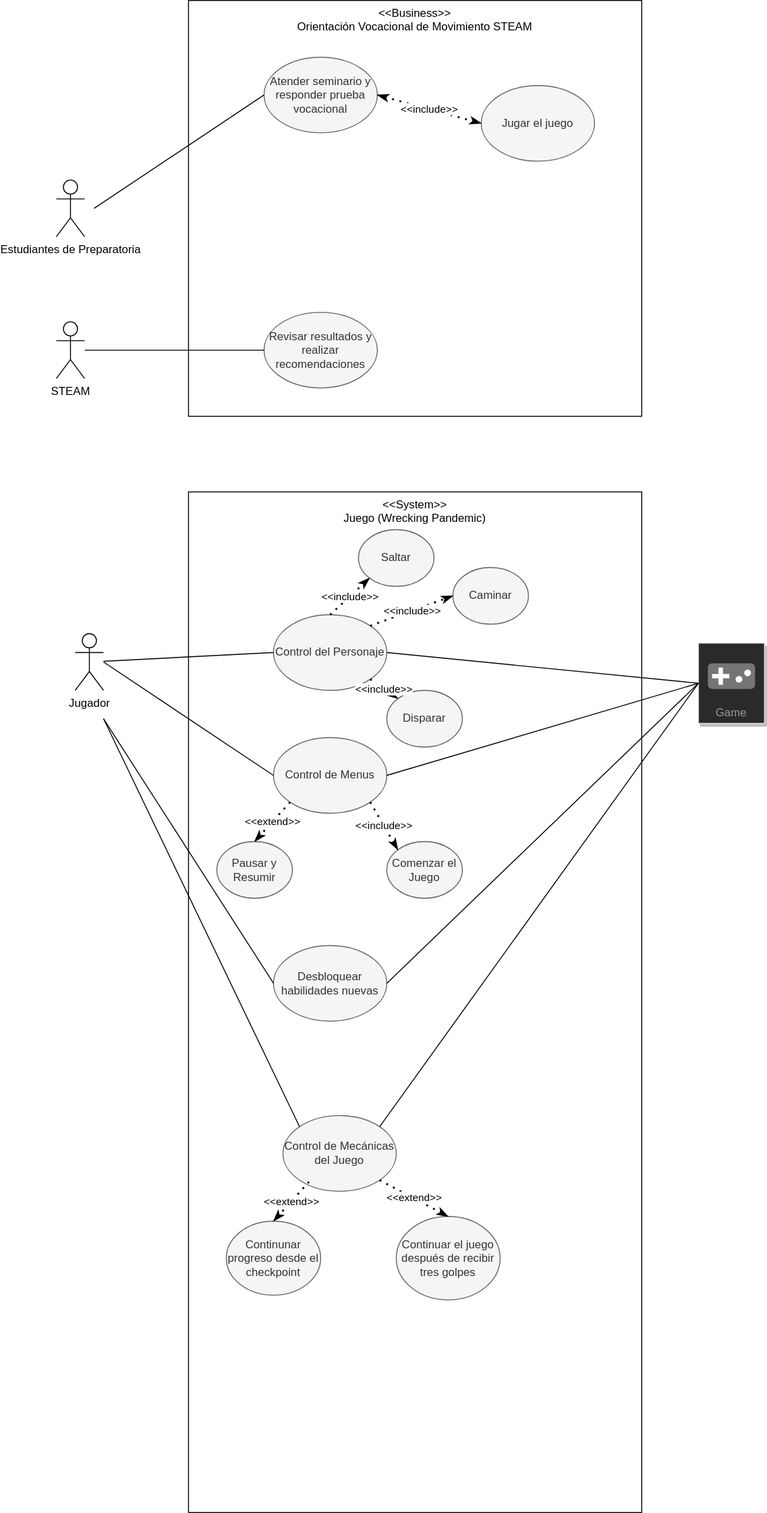
This is diagrams/diagramas_wreckingpandemic.drawio.svg from BloqueSoftwareDev/srsdoc, a draw.io export, as it was before one commit. Source tidied: cells renumbered, new cells last; positions are measured from the earlier drawing's top-left corner, leaving out a move shared by most shapes.
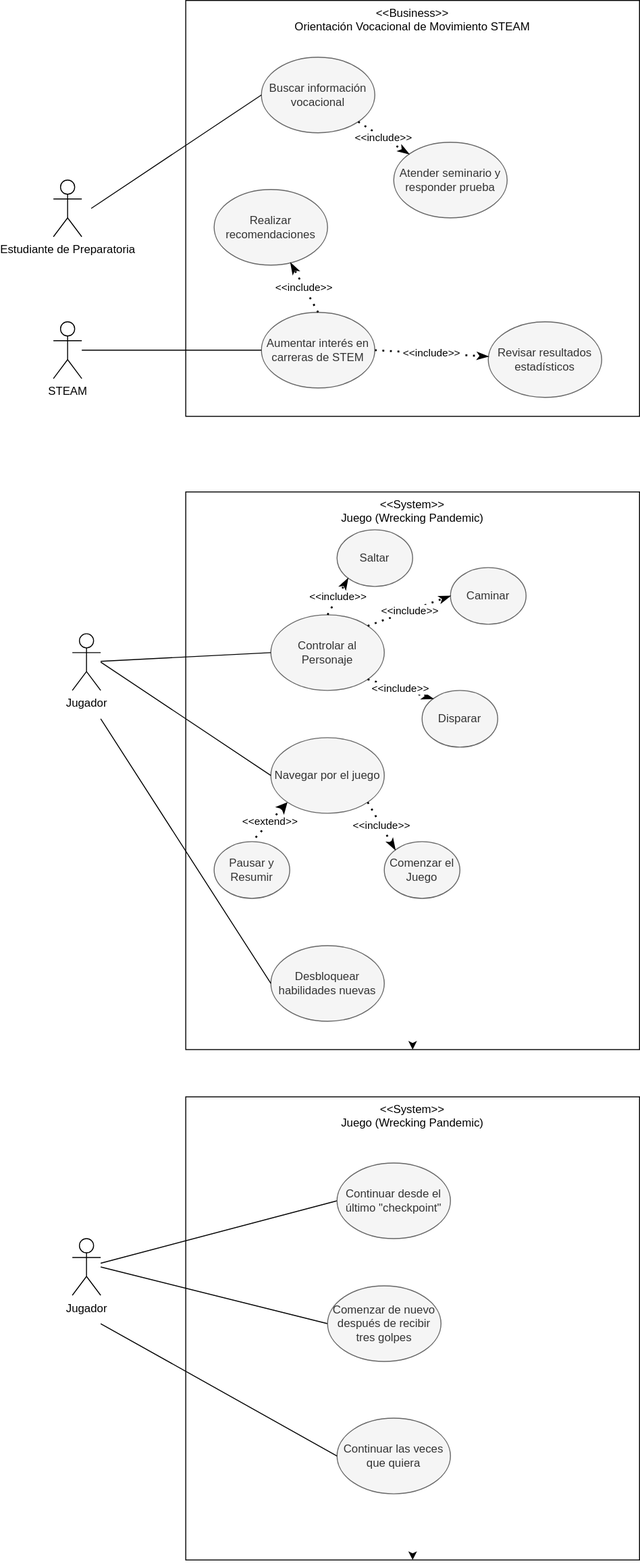
After the change.

The edit, as a diff of the source:
```diff
@@ -5,46 +5,40 @@
     <mxCell id="2" value="&amp;lt;&amp;lt;Business&amp;gt;&amp;gt;&lt;br&gt;Orientación Vocacional de Movimiento STEAM" style="rounded=0;whiteSpace=wrap;html=1;labelPosition=center;verticalLabelPosition=middle;align=center;verticalAlign=top;fillColor=none;" parent="1" vertex="1">
       <mxGeometry x="140" width="480" height="440" as="geometry" />
     </mxCell>
-    <mxCell id="3" value="Estudiantes de Preparatoria" style="shape=umlActor;verticalLabelPosition=bottom;verticalAlign=top;html=1;" parent="1" vertex="1">
+    <mxCell id="3" value="Estudiante de Preparatoria" style="shape=umlActor;verticalLabelPosition=bottom;verticalAlign=top;html=1;" parent="1" vertex="1">
       <mxGeometry y="190" width="30" height="60" as="geometry" />
     </mxCell>
     <mxCell id="4" value="STEAM" style="shape=umlActor;verticalLabelPosition=bottom;verticalAlign=top;html=1;outlineConnect=0;" parent="1" vertex="1">
       <mxGeometry y="340" width="30" height="60" as="geometry" />
     </mxCell>
-    <mxCell id="5" value="Atender seminario y responder prueba vocacional" style="ellipse;whiteSpace=wrap;html=1;fillColor=#f5f5f5;strokeColor=#666666;fontColor=#333333;" parent="1" vertex="1">
+    <mxCell id="5" value="Buscar información vocacional" style="ellipse;whiteSpace=wrap;html=1;fillColor=#f5f5f5;strokeColor=#666666;fontColor=#333333;" parent="1" vertex="1">
       <mxGeometry x="220" y="60" width="120" height="80" as="geometry" />
     </mxCell>
-    <mxCell id="6" value="Jugar el juego" style="ellipse;whiteSpace=wrap;html=1;fillColor=#f5f5f5;strokeColor=#666666;fontColor=#333333;" parent="1" vertex="1">
-      <mxGeometry x="450" y="90" width="120" height="80" as="geometry" />
-    </mxCell>
     <mxCell id="7" style="endArrow=none;html=1;entryX=0;entryY=0.5;entryDx=0;entryDy=0;" parent="1" edge="1" target="5">
       <mxGeometry relative="1" as="geometry">
         <mxPoint x="40" y="220" as="sourcePoint" />
       </mxGeometry>
     </mxCell>
-    <mxCell id="8" value="Revisar resultados y realizar recomendaciones" style="ellipse;whiteSpace=wrap;html=1;fillColor=#f5f5f5;strokeColor=#666666;fontColor=#333333;" parent="1" vertex="1">
+    <mxCell id="8" value="Aumentar interés en carreras de STEM" style="ellipse;whiteSpace=wrap;html=1;fillColor=#f5f5f5;strokeColor=#666666;fontColor=#333333;" parent="1" vertex="1">
       <mxGeometry x="220" y="330" width="120" height="80" as="geometry" />
     </mxCell>
     <mxCell id="9" style="endArrow=none;html=1;entryX=0;entryY=0.5;entryDx=0;entryDy=0;" parent="1" edge="1" source="4" target="8">
       <mxGeometry relative="1" as="geometry" />
     </mxCell>
-    <mxCell id="10" value="&amp;lt;&amp;lt;include&amp;gt;&amp;gt;" style="endArrow=classicThin;dashed=1;html=1;dashPattern=1 3;strokeWidth=2;entryX=0;entryY=0.5;entryDx=0;entryDy=0;exitX=1;exitY=0.5;exitDx=0;exitDy=0;startArrow=classicThin;startFill=1;endFill=1;" parent="1" edge="1" source="5" target="6">
-      <mxGeometry relative="1" as="geometry" />
-    </mxCell>
     <mxCell id="11" value="&amp;lt;&amp;lt;System&amp;gt;&amp;gt;&lt;br&gt;Juego (Wrecking Pandemic)" style="rounded=0;whiteSpace=wrap;html=1;labelPosition=center;verticalLabelPosition=middle;align=center;verticalAlign=top;fillColor=none;" parent="1" vertex="1">
-      <mxGeometry x="140" y="520" width="480" height="1080" as="geometry" />
+      <mxGeometry x="140" y="520" width="480" height="590" as="geometry" />
     </mxCell>
     <mxCell id="12" value="Jugador" style="shape=umlActor;verticalLabelPosition=bottom;verticalAlign=top;html=1;outlineConnect=0;" parent="1" vertex="1">
       <mxGeometry x="20" y="670" width="30" height="60" as="geometry" />
     </mxCell>
-    <mxCell id="13" value="Control del Personaje" style="ellipse;whiteSpace=wrap;html=1;fillColor=#f5f5f5;strokeColor=#666666;fontColor=#333333;" parent="1" vertex="1">
+    <mxCell id="13" value="Controlar al Personaje" style="ellipse;whiteSpace=wrap;html=1;fillColor=#f5f5f5;strokeColor=#666666;fontColor=#333333;" parent="1" vertex="1">
       <mxGeometry x="230" y="650" width="120" height="80" as="geometry" />
     </mxCell>
     <mxCell id="14" style="endArrow=none;html=1;exitX=0;exitY=0.5;exitDx=0;exitDy=0;" parent="1" edge="1" source="13" target="12">
       <mxGeometry relative="1" as="geometry" />
     </mxCell>
     <mxCell id="15" value="Saltar" style="ellipse;whiteSpace=wrap;html=1;fillColor=#f5f5f5;strokeColor=#666666;fontColor=#333333;" parent="1" vertex="1">
-      <mxGeometry x="320" y="560" width="80" height="60" as="geometry" />
+      <mxGeometry x="300" y="560" width="80" height="60" as="geometry" />
     </mxCell>
     <mxCell id="16" value="Caminar" style="ellipse;whiteSpace=wrap;html=1;fillColor=#f5f5f5;strokeColor=#666666;fontColor=#333333;" parent="1" vertex="1">
       <mxGeometry x="420" y="600" width="80" height="60" as="geometry" />
@@ -56,12 +50,12 @@
       <mxGeometry relative="1" as="geometry" />
     </mxCell>
     <mxCell id="19" value="Disparar" style="ellipse;whiteSpace=wrap;html=1;fillColor=#f5f5f5;strokeColor=#666666;fontColor=#333333;" parent="1" vertex="1">
-      <mxGeometry x="350" y="730" width="80" height="60" as="geometry" />
+      <mxGeometry x="390" y="730" width="80" height="60" as="geometry" />
     </mxCell>
     <mxCell id="20" value="&amp;lt;&amp;lt;include&amp;gt;&amp;gt;" style="endArrow=classicThin;dashed=1;html=1;dashPattern=1 3;strokeWidth=2;entryX=0;entryY=0;entryDx=0;entryDy=0;exitX=1;exitY=1;exitDx=0;exitDy=0;startArrow=none;startFill=0;endFill=1;" parent="1" edge="1" source="13" target="19">
       <mxGeometry relative="1" as="geometry" />
     </mxCell>
-    <mxCell id="21" value="Control de Menus" style="ellipse;whiteSpace=wrap;html=1;fillColor=#f5f5f5;strokeColor=#666666;fontColor=#333333;" parent="1" vertex="1">
+    <mxCell id="21" value="Navegar por el juego" style="ellipse;whiteSpace=wrap;html=1;fillColor=#f5f5f5;strokeColor=#666666;fontColor=#333333;" parent="1" vertex="1">
       <mxGeometry x="230" y="780" width="120" height="80" as="geometry" />
     </mxCell>
     <mxCell id="22" value="Comenzar el Juego" style="ellipse;whiteSpace=wrap;html=1;fillColor=#f5f5f5;strokeColor=#666666;fontColor=#333333;" parent="1" vertex="1">
@@ -73,7 +67,7 @@
     <mxCell id="24" value="Pausar y Resumir" style="ellipse;whiteSpace=wrap;html=1;fillColor=#f5f5f5;strokeColor=#666666;fontColor=#333333;" parent="1" vertex="1">
       <mxGeometry x="170" y="890" width="80" height="60" as="geometry" />
     </mxCell>
-    <mxCell id="25" value="&amp;lt;&amp;lt;extend&amp;gt;&amp;gt;" style="endArrow=classicThin;dashed=1;html=1;dashPattern=1 3;strokeWidth=2;entryX=0.5;entryY=0;entryDx=0;entryDy=0;exitX=0;exitY=1;exitDx=0;exitDy=0;startArrow=none;startFill=0;endFill=1;" parent="1" edge="1" source="21" target="24">
+    <mxCell id="25" value="&amp;lt;&amp;lt;extend&amp;gt;&amp;gt;" style="endArrow=none;dashed=1;html=1;dashPattern=1 3;strokeWidth=2;entryX=0.5;entryY=0;entryDx=0;entryDy=0;exitX=0;exitY=1;exitDx=0;exitDy=0;startArrow=classic;startFill=1;endFill=0;" parent="1" edge="1" source="21" target="24">
       <mxGeometry relative="1" as="geometry" />
     </mxCell>
     <mxCell id="26" style="endArrow=none;html=1;exitX=0;exitY=0.5;exitDx=0;exitDy=0;" parent="1" edge="1" source="21">
@@ -81,20 +75,6 @@
         <mxPoint x="50" y="700" as="targetPoint" />
       </mxGeometry>
     </mxCell>
-    <mxCell id="27" value="Game" style="strokeColor=#dddddd;shadow=1;strokeWidth=1;rounded=1;absoluteArcSize=1;arcSize=2;labelPosition=center;verticalLabelPosition=middle;align=center;verticalAlign=bottom;spacingLeft=0;fontColor=#999999;fontSize=12;whiteSpace=wrap;spacingBottom=2;fillColor=#2a2a2a;html=1;" parent="1" vertex="1">
-      <mxGeometry x="680" y="680" width="70" height="85" as="geometry" />
-    </mxCell>
-    <mxCell id="28" style="dashed=0;html=1;fillColor=#757575;strokeColor=none;shape=mxgraph.gcp2.game;" parent="27" vertex="1">
-      <mxGeometry x="0.5" width="50" height="27" relative="1" as="geometry">
-        <mxPoint x="-25" y="21.5" as="offset" />
-      </mxGeometry>
-    </mxCell>
-    <mxCell id="29" style="endArrow=none;html=1;exitX=0;exitY=0.5;exitDx=0;exitDy=0;entryX=1;entryY=0.5;entryDx=0;entryDy=0;" parent="1" edge="1" source="27" target="13">
-      <mxGeometry relative="1" as="geometry" />
-    </mxCell>
-    <mxCell id="30" style="endArrow=none;html=1;exitX=0;exitY=0.5;exitDx=0;exitDy=0;entryX=1;entryY=0.5;entryDx=0;entryDy=0;" parent="1" edge="1" source="27" target="21">
-      <mxGeometry relative="1" as="geometry" />
-    </mxCell>
     <mxCell id="31" value="Desbloquear habilidades nuevas" style="ellipse;whiteSpace=wrap;html=1;fillColor=#f5f5f5;strokeColor=#666666;fontColor=#333333;" parent="1" vertex="1">
       <mxGeometry x="230" y="1000" width="120" height="80" as="geometry" />
     </mxCell>
@@ -103,33 +83,63 @@
         <mxPoint x="50" y="760" as="targetPoint" />
       </mxGeometry>
     </mxCell>
-    <mxCell id="33" style="endArrow=none;html=1;exitX=1;exitY=0.5;exitDx=0;exitDy=0;entryX=0;entryY=0.5;entryDx=0;entryDy=0;" parent="1" edge="1" source="31" target="27">
-      <mxGeometry relative="1" as="geometry" />
-    </mxCell>
-    <mxCell id="34" value="Control de Mecánicas del Juego" style="ellipse;whiteSpace=wrap;html=1;fillColor=#f5f5f5;strokeColor=#666666;fontColor=#333333;" parent="1" vertex="1">
-      <mxGeometry x="240" y="1180" width="120" height="80" as="geometry" />
-    </mxCell>
-    <mxCell id="35" style="endArrow=none;html=1;exitX=0;exitY=0;exitDx=0;exitDy=0;" parent="1" edge="1" source="34">
-      <mxGeometry relative="1" as="geometry">
-        <mxPoint x="50" y="760" as="targetPoint" />
-      </mxGeometry>
-    </mxCell>
-    <mxCell id="36" value="Continunar progreso desde el checkpoint" style="ellipse;whiteSpace=wrap;html=1;fillColor=#f5f5f5;strokeColor=#666666;fontColor=#333333;" parent="1" vertex="1">
-      <mxGeometry x="180" y="1291.7" width="100" height="78.3" as="geometry" />
-    </mxCell>
-    <mxCell id="37" value="&amp;lt;&amp;lt;extend&amp;gt;&amp;gt;" style="endArrow=classicThin;dashed=1;html=1;dashPattern=1 3;strokeWidth=2;entryX=0.5;entryY=0;entryDx=0;entryDy=0;exitX=0;exitY=1;exitDx=0;exitDy=0;startArrow=none;startFill=0;endFill=1;" parent="1" edge="1" target="36">
-      <mxGeometry relative="1" as="geometry">
-        <mxPoint x="267.6" y="1250" as="sourcePoint" />
-      </mxGeometry>
-    </mxCell>
-    <mxCell id="38" value="Continuar el juego después de recibir tres golpes" style="ellipse;whiteSpace=wrap;html=1;fillColor=#f5f5f5;strokeColor=#666666;fontColor=#333333;" parent="1" vertex="1">
-      <mxGeometry x="360" y="1286.7" width="110" height="88.3" as="geometry" />
-    </mxCell>
-    <mxCell id="39" value="&amp;lt;&amp;lt;extend&amp;gt;&amp;gt;" style="endArrow=classicThin;dashed=1;html=1;dashPattern=1 3;strokeWidth=2;entryX=0.5;entryY=0;entryDx=0;entryDy=0;exitX=1;exitY=1;exitDx=0;exitDy=0;startArrow=none;startFill=0;endFill=1;" parent="1" edge="1" source="34" target="38">
-      <mxGeometry relative="1" as="geometry" />
-    </mxCell>
-    <mxCell id="40" style="endArrow=none;html=1;exitX=1;exitY=0;exitDx=0;exitDy=0;entryX=0;entryY=0.5;entryDx=0;entryDy=0;" parent="1" edge="1" source="34" target="27">
-      <mxGeometry relative="1" as="geometry" />
-    </mxCell>
+    <mxCell id="41" value="Atender seminario y responder prueba" style="ellipse;whiteSpace=wrap;html=1;fillColor=#f5f5f5;strokeColor=#666666;fontColor=#333333;" parent="1" vertex="1">
+      <mxGeometry x="360" y="150" width="120" height="80" as="geometry" />
+    </mxCell>
+    <mxCell id="42" value="&amp;lt;&amp;lt;include&amp;gt;&amp;gt;" style="endArrow=classicThin;dashed=1;html=1;dashPattern=1 3;strokeWidth=2;startArrow=none;startFill=0;endFill=1;exitX=1;exitY=1;exitDx=0;exitDy=0;" parent="1" edge="1" source="5" target="41">
+      <mxGeometry relative="1" as="geometry" />
+    </mxCell>
+    <mxCell id="43" value="Revisar resultados estadísticos" style="ellipse;whiteSpace=wrap;html=1;fillColor=#f5f5f5;strokeColor=#666666;fontColor=#333333;" parent="1" vertex="1">
+      <mxGeometry x="460" y="340" width="120" height="80" as="geometry" />
+    </mxCell>
+    <mxCell id="44" value="&amp;lt;&amp;lt;include&amp;gt;&amp;gt;" style="endArrow=classicThin;dashed=1;html=1;dashPattern=1 3;strokeWidth=2;startArrow=none;startFill=0;endFill=1;exitX=1;exitY=0.5;exitDx=0;exitDy=0;" parent="1" edge="1" source="8" target="43">
+      <mxGeometry relative="1" as="geometry" />
+    </mxCell>
+    <mxCell id="45" value="Realizar recomendaciones" style="ellipse;whiteSpace=wrap;html=1;fillColor=#f5f5f5;strokeColor=#666666;fontColor=#333333;" parent="1" vertex="1">
+      <mxGeometry x="170" y="200" width="120" height="80" as="geometry" />
+    </mxCell>
+    <mxCell id="46" value="&amp;lt;&amp;lt;include&amp;gt;&amp;gt;" style="endArrow=classicThin;dashed=1;html=1;dashPattern=1 3;strokeWidth=2;startArrow=none;startFill=0;endFill=1;exitX=0.5;exitY=0;exitDx=0;exitDy=0;" parent="1" edge="1" source="8" target="45">
+      <mxGeometry relative="1" as="geometry" />
+    </mxCell>
+    <mxCell id="47" style="edgeStyle=orthogonalEdgeStyle;rounded=0;orthogonalLoop=1;jettySize=auto;html=1;exitX=0.5;exitY=1;exitDx=0;exitDy=0;startArrow=classic;startFill=1;endArrow=none;endFill=0;" parent="1" edge="1" source="11" target="11">
+      <mxGeometry relative="1" as="geometry" />
+    </mxCell>
+    <mxCell id="48" style="edgeStyle=orthogonalEdgeStyle;rounded=0;orthogonalLoop=1;jettySize=auto;html=1;exitX=0.5;exitY=1;exitDx=0;exitDy=0;entryX=0.5;entryY=0.989;entryDx=0;entryDy=0;entryPerimeter=0;startArrow=classic;startFill=1;endArrow=none;endFill=0;" parent="1" edge="1" source="11" target="11">
+      <mxGeometry relative="1" as="geometry" />
+    </mxCell>
+    <mxCell id="49" value="&amp;lt;&amp;lt;System&amp;gt;&amp;gt;&lt;br&gt;Juego (Wrecking Pandemic)" style="rounded=0;whiteSpace=wrap;html=1;labelPosition=center;verticalLabelPosition=middle;align=center;verticalAlign=top;fillColor=none;" parent="1" vertex="1">
+      <mxGeometry x="140" y="1160" width="480" height="490" as="geometry" />
+    </mxCell>
+    <mxCell id="50" value="Jugador" style="shape=umlActor;verticalLabelPosition=bottom;verticalAlign=top;html=1;outlineConnect=0;" parent="1" vertex="1">
+      <mxGeometry x="20" y="1310" width="30" height="60" as="geometry" />
+    </mxCell>
+    <mxCell id="51" style="endArrow=none;html=1;exitX=0;exitY=0.5;exitDx=0;exitDy=0;" parent="1" edge="1" source="58" target="50">
+      <mxGeometry relative="1" as="geometry" />
+    </mxCell>
+    <mxCell id="52" style="endArrow=none;html=1;exitX=0;exitY=0.5;exitDx=0;exitDy=0;" parent="1" edge="1" source="57">
+      <mxGeometry relative="1" as="geometry">
+        <mxPoint x="50" y="1340" as="targetPoint" />
+      </mxGeometry>
+    </mxCell>
+    <mxCell id="53" value="Continuar las veces que quiera" style="ellipse;whiteSpace=wrap;html=1;fillColor=#f5f5f5;strokeColor=#666666;fontColor=#333333;" parent="1" vertex="1">
+      <mxGeometry x="300" y="1500" width="120" height="80" as="geometry" />
+    </mxCell>
+    <mxCell id="54" style="endArrow=none;html=1;exitX=0;exitY=0.5;exitDx=0;exitDy=0;" parent="1" edge="1" source="53">
+      <mxGeometry relative="1" as="geometry">
+        <mxPoint x="50" y="1400" as="targetPoint" />
+      </mxGeometry>
+    </mxCell>
+    <mxCell id="55" style="edgeStyle=orthogonalEdgeStyle;rounded=0;orthogonalLoop=1;jettySize=auto;html=1;exitX=0.5;exitY=1;exitDx=0;exitDy=0;startArrow=classic;startFill=1;endArrow=none;endFill=0;" parent="1" edge="1" source="49" target="49">
+      <mxGeometry relative="1" as="geometry" />
+    </mxCell>
+    <mxCell id="56" style="edgeStyle=orthogonalEdgeStyle;rounded=0;orthogonalLoop=1;jettySize=auto;html=1;exitX=0.5;exitY=1;exitDx=0;exitDy=0;entryX=0.5;entryY=0.989;entryDx=0;entryDy=0;entryPerimeter=0;startArrow=classic;startFill=1;endArrow=none;endFill=0;" parent="1" edge="1" source="49" target="49">
+      <mxGeometry relative="1" as="geometry" />
+    </mxCell>
+    <mxCell id="57" value="Comenzar de nuevo después de recibir tres golpes" style="ellipse;whiteSpace=wrap;html=1;fillColor=#f5f5f5;strokeColor=#666666;fontColor=#333333;" parent="1" vertex="1">
+      <mxGeometry x="290" y="1360" width="120" height="80" as="geometry" />
+    </mxCell>
+    <mxCell id="58" value="Continuar desde el último &quot;checkpoint&quot;" style="ellipse;whiteSpace=wrap;html=1;fillColor=#f5f5f5;strokeColor=#666666;fontColor=#333333;" parent="1" vertex="1">
+      <mxGeometry x="300" y="1230" width="120" height="80" as="geometry" />
+    </mxCell>
   </root>
 </mxGraphModel>
```
